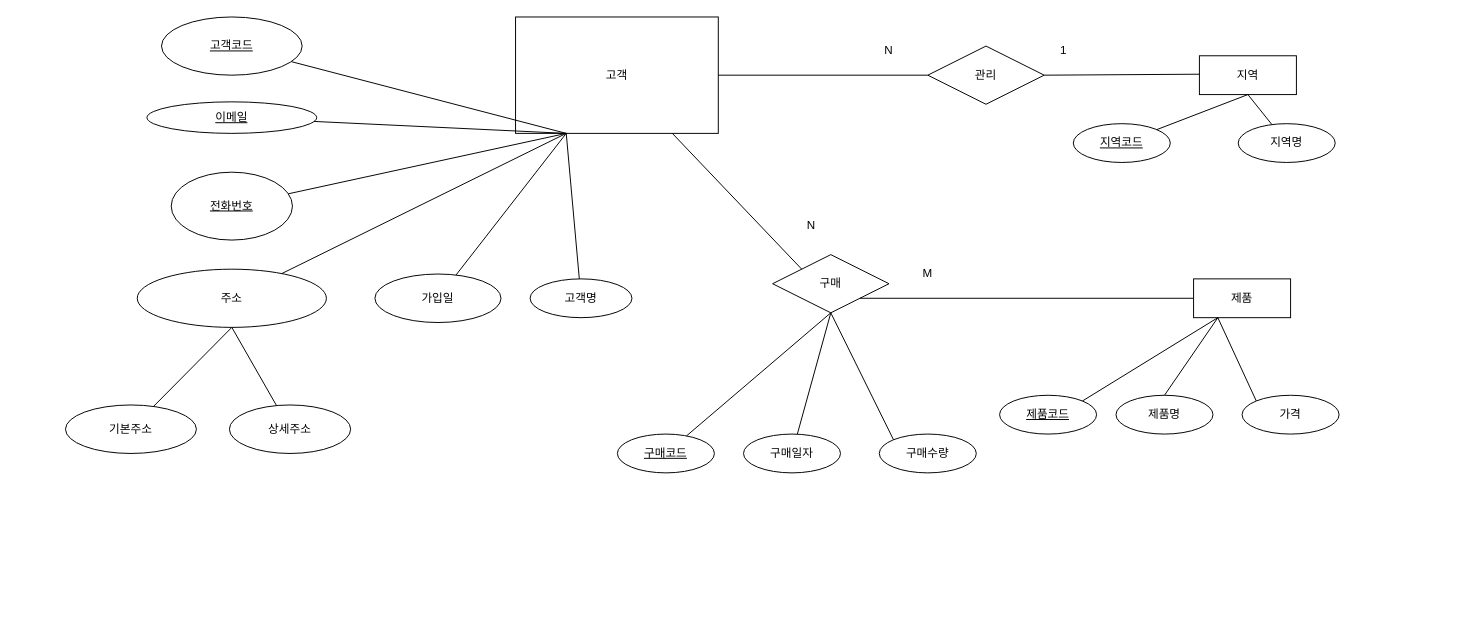
Above: page "페이지-1" (1 of 2) of concept_erd.drawio in HaInseong/erd (draw.io), before the change. Source tidied: cells renumbered, new cells numbered last; positions are measured from the earlier drawing's top-left corner, leaving out a move shared by most shapes. Both pictures are drawn from the tidied source at 97%, with x=0, y=0 at pixel (65, 16).
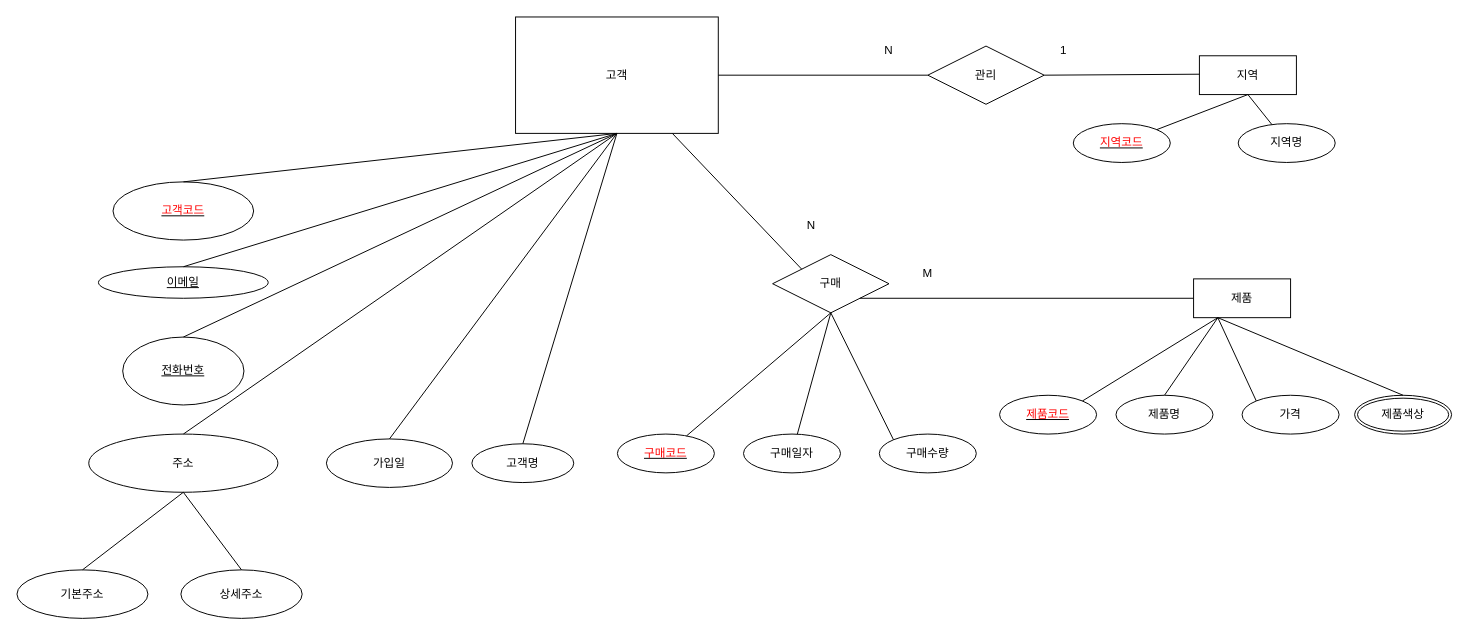
The same diagram, later.

The change refers to these unchanged cells:
```xml
<mxCell id="2" value="고객" style="whiteSpace=wrap;html=1;align=center;" parent="1" vertex="1">
  <mxGeometry x="464" width="209" height="120" as="geometry" />
</mxCell>
<mxCell id="21" value="제품" style="whiteSpace=wrap;html=1;align=center;" parent="1" vertex="1">
  <mxGeometry x="1163" y="270" width="100" height="40" as="geometry" />
</mxCell>
```

Diff of the diagram source:
```diff
@@
     <mxCell id="3" value="전화번호" style="ellipse;whiteSpace=wrap;html=1;align=center;fontStyle=4;" parent="1" vertex="1">
-      <mxGeometry x="109" y="160" width="125" height="70" as="geometry" />
+      <mxGeometry x="59" y="330" width="125" height="70" as="geometry" />
     </mxCell>
     <mxCell id="4" value="고객명" style="ellipse;whiteSpace=wrap;html=1;align=center;" parent="1" vertex="1">
-      <mxGeometry x="479" y="270" width="105" height="40" as="geometry" />
+      <mxGeometry x="419" y="440" width="105" height="40" as="geometry" />
     </mxCell>
-    <mxCell id="5" style="endArrow=none;html=1;rounded=0;exitX=0.25;exitY=1;exitDx=0;exitDy=0;" parent="1" edge="1" source="2" target="4">
+    <mxCell id="5" style="endArrow=none;html=1;rounded=0;exitX=0.5;exitY=1;exitDx=0;exitDy=0;entryX=0.5;entryY=0;entryDx=0;entryDy=0;" parent="1" edge="1" source="2" target="4">
       <mxGeometry relative="1" as="geometry" />
     </mxCell>
-    <mxCell id="6" style="endArrow=none;html=1;rounded=0;entryX=0.25;entryY=1;entryDx=0;entryDy=0;" parent="1" edge="1" source="3" target="2">
+    <mxCell id="6" style="endArrow=none;html=1;rounded=0;entryX=0.5;entryY=1;entryDx=0;entryDy=0;exitX=0.5;exitY=0;exitDx=0;exitDy=0;" parent="1" edge="1" source="3" target="2">
       <mxGeometry relative="1" as="geometry" />
     </mxCell>
     <mxCell id="7" value="이메일" style="ellipse;whiteSpace=wrap;html=1;align=center;fontStyle=4;" parent="1" vertex="1">
-      <mxGeometry x="84" y="87.5" width="175" height="32.5" as="geometry" />
+      <mxGeometry x="34" y="257.5" width="175" height="32.5" as="geometry" />
     </mxCell>
-    <mxCell id="8" style="endArrow=none;html=1;rounded=0;entryX=0.25;entryY=1;entryDx=0;entryDy=0;" parent="1" edge="1" source="7" target="2">
+    <mxCell id="8" style="endArrow=none;html=1;rounded=0;entryX=0.5;entryY=1;entryDx=0;entryDy=0;exitX=0.5;exitY=0;exitDx=0;exitDy=0;" parent="1" edge="1" source="7" target="2">
       <mxGeometry relative="1" as="geometry" />
     </mxCell>
-    <mxCell id="9" value="고객코드" style="ellipse;whiteSpace=wrap;html=1;align=center;fontStyle=4;" parent="1" vertex="1">
-      <mxGeometry x="99" width="145" height="60" as="geometry" />
+    <mxCell id="9" value="&lt;font color=&quot;#ff0000&quot;&gt;고객코드&lt;/font&gt;" style="ellipse;whiteSpace=wrap;html=1;align=center;fontStyle=4;" parent="1" vertex="1">
+      <mxGeometry x="49" y="170" width="145" height="60" as="geometry" />
     </mxCell>
-    <mxCell id="10" style="endArrow=none;html=1;rounded=0;entryX=0.25;entryY=1;entryDx=0;entryDy=0;" parent="1" edge="1" source="9" target="2">
+    <mxCell id="10" style="endArrow=none;html=1;rounded=0;entryX=0.5;entryY=1;entryDx=0;entryDy=0;exitX=0.5;exitY=0;exitDx=0;exitDy=0;" parent="1" edge="1" source="9" target="2">
       <mxGeometry relative="1" as="geometry" />
     </mxCell>
     <mxCell id="11" value="주소" style="ellipse;whiteSpace=wrap;html=1;align=center;" parent="1" vertex="1">
-      <mxGeometry x="74" y="260" width="195" height="60" as="geometry" />
+      <mxGeometry x="24" y="430" width="195" height="60" as="geometry" />
     </mxCell>
-    <mxCell id="12" style="endArrow=none;html=1;rounded=0;entryX=0.25;entryY=1;entryDx=0;entryDy=0;" parent="1" edge="1" source="11" target="2">
+    <mxCell id="12" style="endArrow=none;html=1;rounded=0;entryX=0.5;entryY=1;entryDx=0;entryDy=0;exitX=0.5;exitY=0;exitDx=0;exitDy=0;" parent="1" edge="1" source="11" target="2">
       <mxGeometry relative="1" as="geometry" />
     </mxCell>
     <mxCell id="13" value="기본주소" style="ellipse;whiteSpace=wrap;html=1;align=center;" parent="1" vertex="1">
-      <mxGeometry y="400" width="135" height="50" as="geometry" />
+      <mxGeometry x="-50" y="570" width="135" height="50" as="geometry" />
     </mxCell>
     <mxCell id="14" value="상세주소" style="ellipse;whiteSpace=wrap;html=1;align=center;" parent="1" vertex="1">
-      <mxGeometry x="169" y="400" width="125" height="50" as="geometry" />
+      <mxGeometry x="119" y="570" width="125" height="50" as="geometry" />
     </mxCell>
-    <mxCell id="15" style="endArrow=none;html=1;rounded=0;entryX=0.5;entryY=1;entryDx=0;entryDy=0;" parent="1" edge="1" source="13" target="11">
+    <mxCell id="15" style="endArrow=none;html=1;rounded=0;entryX=0.5;entryY=1;entryDx=0;entryDy=0;exitX=0.5;exitY=0;exitDx=0;exitDy=0;" parent="1" edge="1" source="13" target="11">
       <mxGeometry relative="1" as="geometry" />
     </mxCell>
-    <mxCell id="16" style="endArrow=none;html=1;rounded=0;exitX=0.5;exitY=1;exitDx=0;exitDy=0;" parent="1" edge="1" source="11" target="14">
+    <mxCell id="16" style="endArrow=none;html=1;rounded=0;exitX=0.5;exitY=1;exitDx=0;exitDy=0;entryX=0.5;entryY=0;entryDx=0;entryDy=0;" parent="1" edge="1" source="11" target="14">
       <mxGeometry relative="1" as="geometry" />
     </mxCell>
     <mxCell id="17" value="가입일" style="ellipse;whiteSpace=wrap;html=1;align=center;" parent="1" vertex="1">
-      <mxGeometry x="319" y="265" width="130" height="50" as="geometry" />
+      <mxGeometry x="269" y="435" width="130" height="50" as="geometry" />
     </mxCell>
-    <mxCell id="18" style="endArrow=none;html=1;rounded=0;exitX=0.25;exitY=1;exitDx=0;exitDy=0;" parent="1" edge="1" source="2" target="17">
+    <mxCell id="18" style="endArrow=none;html=1;rounded=0;entryX=0.5;entryY=0;entryDx=0;entryDy=0;exitX=0.5;exitY=1;exitDx=0;exitDy=0;" parent="1" edge="1" source="2" target="17">
       <mxGeometry relative="1" as="geometry" />
     </mxCell>
@@
-    <mxCell id="22" value="제품코드" style="ellipse;whiteSpace=wrap;html=1;align=center;fontStyle=4;" parent="1" vertex="1">
+    <mxCell id="22" value="&lt;font color=&quot;#ff0000&quot;&gt;제품코드&lt;/font&gt;" style="ellipse;whiteSpace=wrap;html=1;align=center;fontStyle=4;" parent="1" vertex="1">
       <mxGeometry x="963" y="390" width="100" height="40" as="geometry" />
     </mxCell>
@@
-    <mxCell id="33" value="지역코드" style="ellipse;whiteSpace=wrap;html=1;align=center;fontStyle=4;" parent="1" vertex="1">
+    <mxCell id="33" value="&lt;font color=&quot;#ff0000&quot;&gt;지역코드&lt;/font&gt;" style="ellipse;whiteSpace=wrap;html=1;align=center;fontStyle=4;" parent="1" vertex="1">
       <mxGeometry x="1039" y="110" width="100" height="40" as="geometry" />
     </mxCell>
@@
-    <mxCell id="37" value="구매코드" style="ellipse;whiteSpace=wrap;html=1;align=center;fontStyle=4;" parent="1" vertex="1">
+    <mxCell id="37" value="&lt;font color=&quot;#ff0000&quot;&gt;구매코드&lt;/font&gt;" style="ellipse;whiteSpace=wrap;html=1;align=center;fontStyle=4;" parent="1" vertex="1">
       <mxGeometry x="569" y="430" width="100" height="40" as="geometry" />
     </mxCell>
@@
+    <mxCell id="47" value="제품색상" style="ellipse;shape=doubleEllipse;margin=3;whiteSpace=wrap;html=1;align=center;" parent="1" vertex="1">
+      <mxGeometry x="1329" y="390" width="100" height="40" as="geometry" />
+    </mxCell>
+    <mxCell id="48" style="endArrow=none;html=1;rounded=0;entryX=0.5;entryY=0;entryDx=0;entryDy=0;exitX=0.25;exitY=1;exitDx=0;exitDy=0;" parent="1" edge="1" source="21" target="47">
+      <mxGeometry relative="1" as="geometry" />
+    </mxCell>
```
